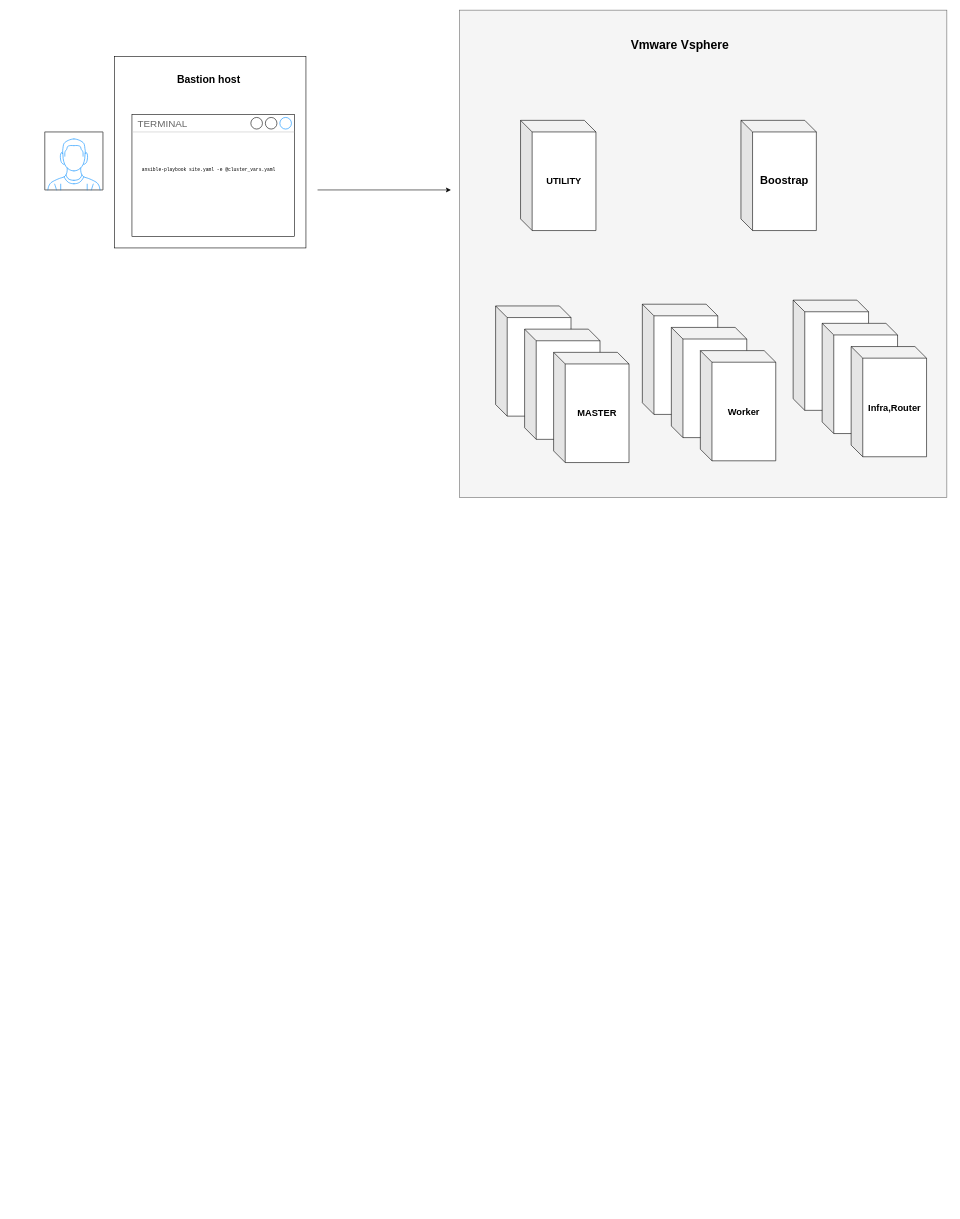
Before: Untitled Diagram.drawio in turguns/ocp-upi-ansible, a draw.io diagram. Source tidied: cells renumbered, new cells numbered last; positions are measured from the earlier drawing's top-left corner, leaving out a move shared by most shapes. Both pictures are drawn from the tidied source at 58%, with x=0, y=0 at pixel (45, 10). Pictures stored in the file or linked from it are replaced by grey dashed boxes.
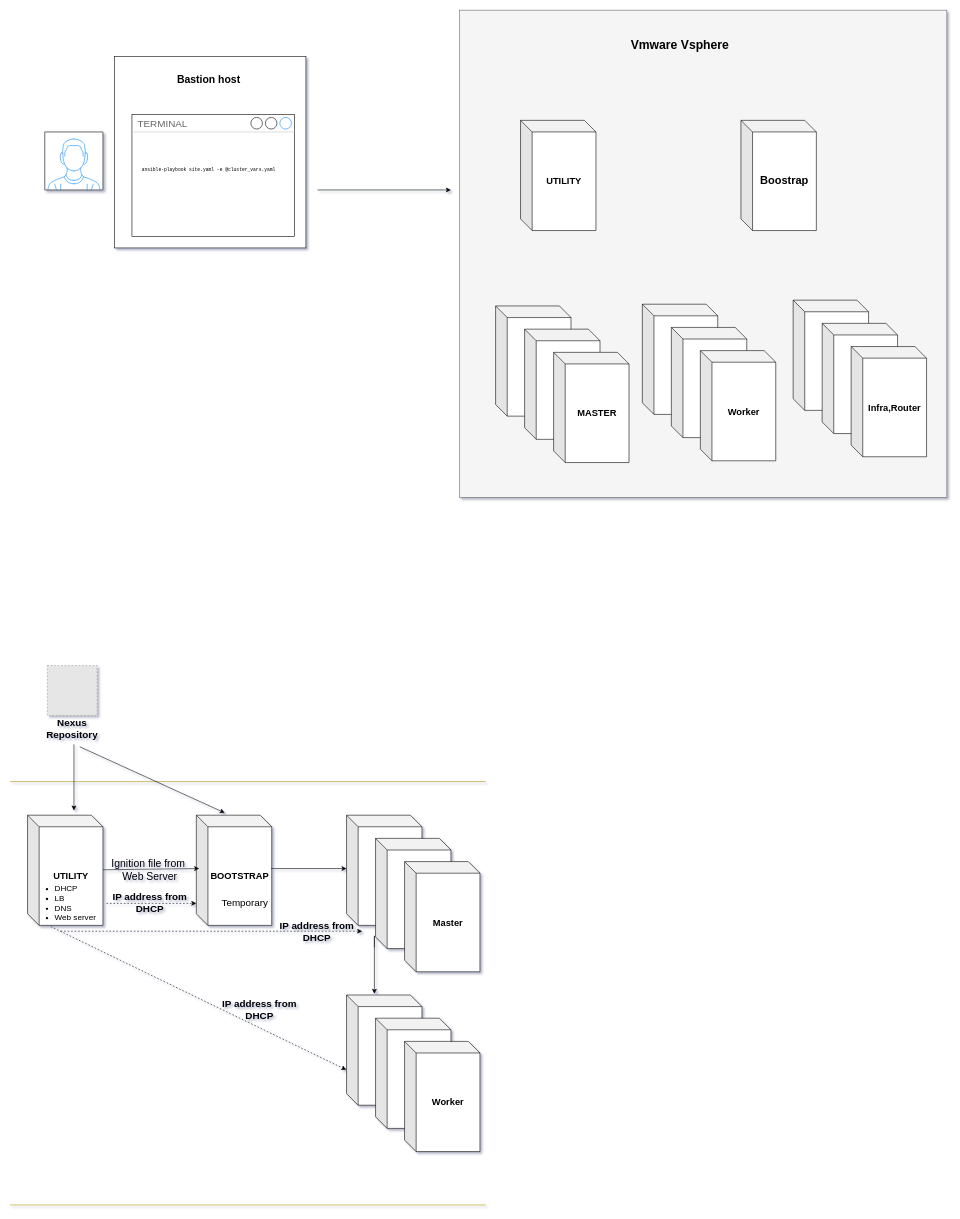
The same page after the edit.

The edit, as a diff of the source:
```diff
@@
-<mxGraphModel background="#ffffff">
+<mxGraphModel background="#ffffff" shadow="1">
@@
+    <mxCell id="25" value="&lt;b&gt;&lt;font style=&quot;font-size: 16px&quot;&gt;UTILITY&lt;/font&gt;&lt;/b&gt;" style="shape=cube;whiteSpace=wrap;html=1;boundedLbl=1;backgroundOutline=1;darkOpacity=0.05;darkOpacity2=0.1;" parent="1" vertex="1">
+      <mxGeometry x="-30" y="1388" width="130" height="190" as="geometry" />
+    </mxCell>
+    <mxCell id="26" value="&lt;ul style=&quot;font-size: 14px&quot;&gt;&lt;li style=&quot;font-size: 14px&quot;&gt;&lt;font style=&quot;font-size: 14px&quot;&gt;DHCP&lt;/font&gt; &lt;/li&gt;&lt;li&gt;LB&lt;/li&gt;&lt;li&gt;DNS&lt;/li&gt;&lt;li&gt;Web server&lt;/li&gt;&lt;/ul&gt;" style="text;html=1;strokeColor=none;fillColor=none;align=left;verticalAlign=middle;whiteSpace=wrap;rounded=0;" parent="1" vertex="1">
+      <mxGeometry x="-25" y="1510" width="120" height="60" as="geometry" />
+    </mxCell>
+    <mxCell id="27" value="&lt;b&gt;&lt;font style=&quot;font-size: 16px&quot;&gt;BOOTSTRAP&lt;/font&gt;&lt;/b&gt;" style="shape=cube;whiteSpace=wrap;html=1;boundedLbl=1;backgroundOutline=1;darkOpacity=0.05;darkOpacity2=0.1;" parent="1" vertex="1">
+      <mxGeometry x="261" y="1388" width="130" height="190" as="geometry" />
+    </mxCell>
+    <mxCell id="28" style="endArrow=classic;html=1;entryX=0.038;entryY=0.484;entryDx=0;entryDy=0;entryPerimeter=0;" parent="1" edge="1" source="25" target="27">
+      <mxGeometry relative="1" as="geometry" />
+    </mxCell>
+    <mxCell id="29" value="&lt;font style=&quot;font-size: 18px&quot;&gt;Ignition file from&amp;nbsp; Web Server&lt;br&gt;&lt;/font&gt;" style="text;html=1;strokeColor=none;fillColor=none;align=center;verticalAlign=middle;whiteSpace=wrap;rounded=0;" parent="1" vertex="1">
+      <mxGeometry x="112" y="1473" width="138" height="20" as="geometry" />
+    </mxCell>
+    <mxCell id="30" style="group;" parent="1" vertex="1">
+      <mxGeometry x="520" y="1388" width="230" height="270" as="geometry" />
+    </mxCell>
+    <mxCell id="31" style="shape=cube;whiteSpace=wrap;html=1;boundedLbl=1;backgroundOutline=1;darkOpacity=0.05;darkOpacity2=0.1;" parent="30" vertex="1">
+      <mxGeometry width="130" height="190" as="geometry" />
+    </mxCell>
+    <mxCell id="32" style="shape=cube;whiteSpace=wrap;html=1;boundedLbl=1;backgroundOutline=1;darkOpacity=0.05;darkOpacity2=0.1;" parent="30" vertex="1">
+      <mxGeometry x="50" y="40" width="130" height="190" as="geometry" />
+    </mxCell>
+    <mxCell id="33" value="&lt;b&gt;&lt;font style=&quot;font-size: 16px&quot;&gt;Master&lt;/font&gt;&lt;/b&gt;" style="shape=cube;whiteSpace=wrap;html=1;boundedLbl=1;backgroundOutline=1;darkOpacity=0.05;darkOpacity2=0.1;" parent="30" vertex="1">
+      <mxGeometry x="100" y="80" width="130" height="190" as="geometry" />
+    </mxCell>
+    <mxCell id="34" style="endArrow=classic;html=1;" parent="1" edge="1">
+      <mxGeometry relative="1" as="geometry">
+        <mxPoint x="390" y="1480" as="sourcePoint" />
+        <mxPoint x="520" y="1480" as="targetPoint" />
+      </mxGeometry>
+    </mxCell>
+    <mxCell id="35" style="edgeStyle=orthogonalEdgeStyle;rounded=0;orthogonalLoop=1;jettySize=auto;html=1;" parent="1" edge="1">
+      <mxGeometry relative="1" as="geometry">
+        <mxPoint x="568" y="1616" as="sourcePoint" />
+        <mxPoint x="568" y="1696" as="targetPoint" />
+        <Array as="points">
+          <mxPoint x="568" y="1596" />
+        </Array>
+      </mxGeometry>
+    </mxCell>
+    <mxCell id="36" style="group;" parent="1" vertex="1">
+      <mxGeometry x="520" y="1698" width="230" height="270" as="geometry" />
+    </mxCell>
+    <mxCell id="37" style="shape=cube;whiteSpace=wrap;html=1;boundedLbl=1;backgroundOutline=1;darkOpacity=0.05;darkOpacity2=0.1;" parent="36" vertex="1">
+      <mxGeometry width="130" height="190" as="geometry" />
+    </mxCell>
+    <mxCell id="38" style="shape=cube;whiteSpace=wrap;html=1;boundedLbl=1;backgroundOutline=1;darkOpacity=0.05;darkOpacity2=0.1;" parent="36" vertex="1">
+      <mxGeometry x="50" y="40" width="130" height="190" as="geometry" />
+    </mxCell>
+    <mxCell id="39" value="&lt;b&gt;&lt;font style=&quot;font-size: 16px&quot;&gt;Worker&lt;/font&gt;&lt;/b&gt;" style="shape=cube;whiteSpace=wrap;html=1;boundedLbl=1;backgroundOutline=1;darkOpacity=0.05;darkOpacity2=0.1;" parent="36" vertex="1">
+      <mxGeometry x="100" y="80" width="130" height="190" as="geometry" />
+    </mxCell>
+    <mxCell id="40" value="&lt;font style=&quot;font-size: 17px&quot;&gt;Temporary &lt;/font&gt;" style="text;html=1;strokeColor=none;fillColor=none;align=center;verticalAlign=middle;whiteSpace=wrap;rounded=0;" parent="1" vertex="1">
+      <mxGeometry x="325" y="1530" width="40" height="20" as="geometry" />
+    </mxCell>
+    <mxCell id="41" style="endArrow=classic;html=1;dashed=1;exitX=1;exitY=0.5;exitDx=0;exitDy=0;" parent="1" edge="1">
+      <mxGeometry relative="1" as="geometry">
+        <mxPoint x="106" y="1540" as="sourcePoint" />
+        <mxPoint x="261" y="1540" as="targetPoint" />
+      </mxGeometry>
+    </mxCell>
+    <mxCell id="42" style="endArrow=classic;html=1;dashed=1;" parent="1" edge="1">
+      <mxGeometry relative="1" as="geometry">
+        <mxPoint x="27" y="1588" as="sourcePoint" />
+        <mxPoint x="547" y="1588" as="targetPoint" />
+      </mxGeometry>
+    </mxCell>
+    <mxCell id="43" style="endArrow=classic;html=1;dashed=1;entryX=-0.003;entryY=0.679;entryDx=0;entryDy=0;entryPerimeter=0;" parent="1" edge="1" target="37">
+      <mxGeometry relative="1" as="geometry">
+        <mxPoint x="10" y="1580" as="sourcePoint" />
+      </mxGeometry>
+    </mxCell>
+    <mxCell id="44" value="&lt;font style=&quot;font-size: 17px&quot;&gt;&lt;b&gt;IP address from DHCP&lt;/b&gt;&lt;/font&gt;" style="text;html=1;strokeColor=none;fillColor=none;align=center;verticalAlign=middle;whiteSpace=wrap;rounded=0;" parent="1" vertex="1">
+      <mxGeometry x="112" y="1530" width="138" height="20" as="geometry" />
+    </mxCell>
+    <mxCell id="45" value="&lt;font style=&quot;font-size: 17px&quot;&gt;&lt;b&gt;IP address from DHCP&lt;/b&gt;&lt;/font&gt;" style="text;html=1;strokeColor=none;fillColor=none;align=center;verticalAlign=middle;whiteSpace=wrap;rounded=0;" parent="1" vertex="1">
+      <mxGeometry x="400" y="1540" width="138" height="100" as="geometry" />
+    </mxCell>
+    <mxCell id="46" value="&lt;font style=&quot;font-size: 17px&quot;&gt;&lt;b&gt;IP address from DHCP&lt;/b&gt;&lt;/font&gt;" style="text;html=1;strokeColor=none;fillColor=none;align=center;verticalAlign=middle;whiteSpace=wrap;rounded=0;" parent="1" vertex="1">
+      <mxGeometry x="280" y="1684" width="180" height="80" as="geometry" />
+    </mxCell>
+    <mxCell id="47" style="endArrow=none;html=1;fillColor=#e3c800;strokeColor=#B09500;" parent="1" edge="1">
+      <mxGeometry relative="1" as="geometry">
+        <mxPoint x="-60" y="1330" as="sourcePoint" />
+        <mxPoint x="760" y="1330" as="targetPoint" />
+      </mxGeometry>
+    </mxCell>
+    <mxCell id="48" style="endArrow=none;html=1;fillColor=#e3c800;strokeColor=#B09500;" parent="1" edge="1">
+      <mxGeometry relative="1" as="geometry">
+        <mxPoint x="-60" y="2060" as="sourcePoint" />
+        <mxPoint x="760" y="2060" as="targetPoint" />
+      </mxGeometry>
+    </mxCell>
+    <mxCell id="49" style="group;" parent="1" vertex="1">
+      <mxGeometry x="-18" y="1130" width="130" height="120" as="geometry" />
+    </mxCell>
+    <mxCell id="50" style="fillColor=#E6E6E6;strokeColor=#999999;dashed=1;verticalLabelPosition=bottom;verticalAlign=top;" parent="49" vertex="1">
+      <mxGeometry x="22" width="86" height="86" as="geometry" />
+    </mxCell>
+    <mxCell id="51" value="&lt;font style=&quot;font-size: 17px&quot;&gt;&lt;b&gt;Nexus Repository&lt;/b&gt;&lt;/font&gt;" style="text;html=1;strokeColor=none;fillColor=none;align=center;verticalAlign=middle;whiteSpace=wrap;rounded=0;" parent="49" vertex="1">
+      <mxGeometry y="100" width="130" height="20" as="geometry" />
+    </mxCell>
+    <mxCell id="52" style="endArrow=classic;html=1;" parent="49" edge="1">
+      <mxGeometry relative="1" as="geometry">
+        <mxPoint x="68" y="136" as="sourcePoint" />
+        <mxPoint x="68" y="250" as="targetPoint" />
+      </mxGeometry>
+    </mxCell>
+    <mxCell id="53" style="endArrow=classic;html=1;" parent="1" edge="1">
+      <mxGeometry relative="1" as="geometry">
+        <mxPoint x="60" y="1270" as="sourcePoint" />
+        <mxPoint x="310" y="1384" as="targetPoint" />
+      </mxGeometry>
+    </mxCell>
```
